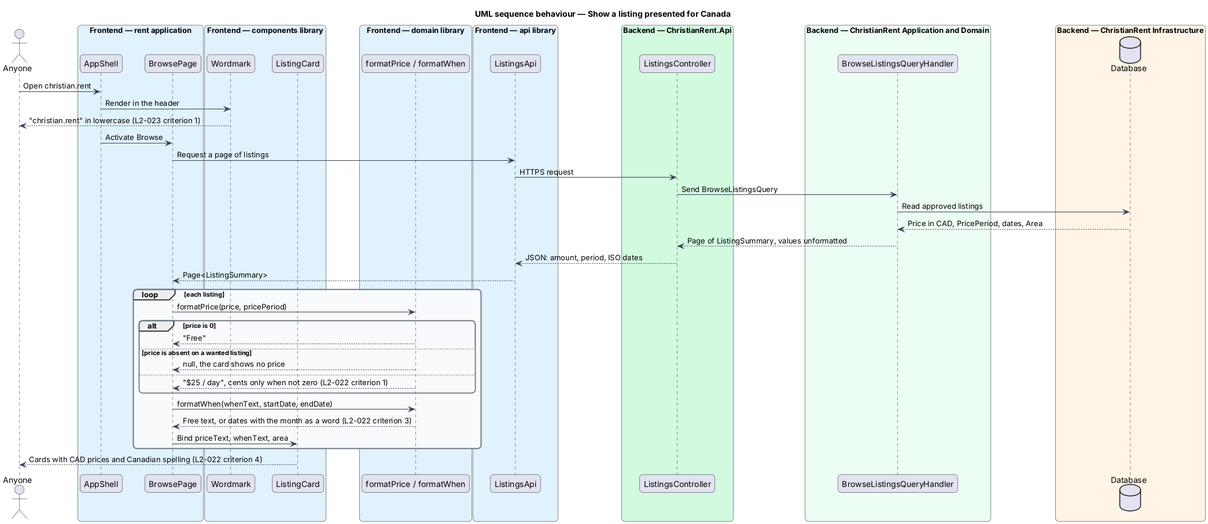
The PlantUML diagram docs/detailed-designs/platform/present-for-canada/diagrams/sequence-show-listing-for-canada.png in QuinntyneBrown/christian-rent, before a commit.
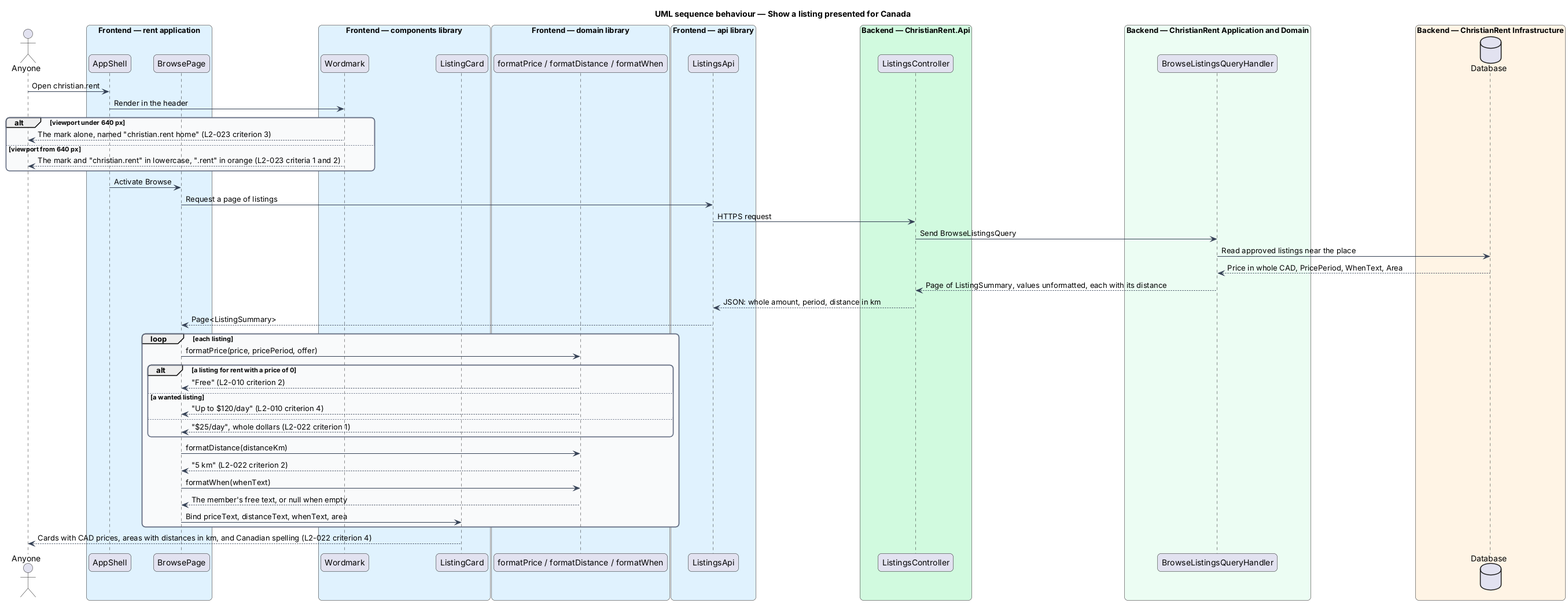
Later version of the same file.

What changed in the source:
```diff
@@ -24,7 +24,7 @@
   participant "ListingCard" as card
 end box
 box "Frontend — domain library" #E0F2FE
-  participant "formatPrice / formatWhen" as fmt
+  participant "formatPrice / formatDistance / formatWhen" as fmt
 end box
 box "Frontend — api library" #E0F2FE
   participant "ListingsApi" as client
@@ -40,28 +40,34 @@
 end box
 actor -> shell : Open christian.rent
 shell -> wordmark : Render in the header
-wordmark --> actor : "christian.rent" in lowercase (L2-023 criterion 1)
+alt viewport under 640 px
+  wordmark --> actor : The mark alone, named "christian.rent home" (L2-023 criterion 3)
+else viewport from 640 px
+  wordmark --> actor : The mark and "christian.rent" in lowercase, ".rent" in orange (L2-023 criteria 1 and 2)
+end
 shell -> page : Activate Browse
 page -> client : Request a page of listings
 client -> controller : HTTPS request
 controller -> handler : Send BrowseListingsQuery
-handler -> db : Read approved listings
-db --> handler : Price in CAD, PricePeriod, dates, Area
-handler --> controller : Page of ListingSummary, values unformatted
-controller --> client : JSON: amount, period, ISO dates
+handler -> db : Read approved listings near the place
+db --> handler : Price in whole CAD, PricePeriod, WhenText, Area
+handler --> controller : Page of ListingSummary, values unformatted, each with its distance
+controller --> client : JSON: whole amount, period, distance in km
 client --> page : Page<ListingSummary>
 loop each listing
-  page -> fmt : formatPrice(price, pricePeriod)
-  alt price is 0
-    fmt --> page : "Free"
-  else price is absent on a wanted listing
-    fmt --> page : null, the card shows no price
+  page -> fmt : formatPrice(price, pricePeriod, offer)
+  alt a listing for rent with a price of 0
+    fmt --> page : "Free" (L2-010 criterion 2)
+  else a wanted listing
+    fmt --> page : "Up to $120/day" (L2-010 criterion 4)
   else
-    fmt --> page : "$25 / day", cents only when not zero (L2-022 criterion 1)
+    fmt --> page : "$25/day", whole dollars (L2-022 criterion 1)
   end
-  page -> fmt : formatWhen(whenText, startDate, endDate)
-  fmt --> page : Free text, or dates with the month as a word (L2-022 criterion 3)
-  page -> card : Bind priceText, whenText, area
+  page -> fmt : formatDistance(distanceKm)
+  fmt --> page : "5 km" (L2-022 criterion 2)
+  page -> fmt : formatWhen(whenText)
+  fmt --> page : The member's free text, or null when empty
+  page -> card : Bind priceText, distanceText, whenText, area
 end
-card --> actor : Cards with CAD prices and Canadian spelling (L2-022 criterion 4)
+card --> actor : Cards with CAD prices, areas with distances in km, and Canadian spelling (L2-022 criterion 4)
 @enduml
```
